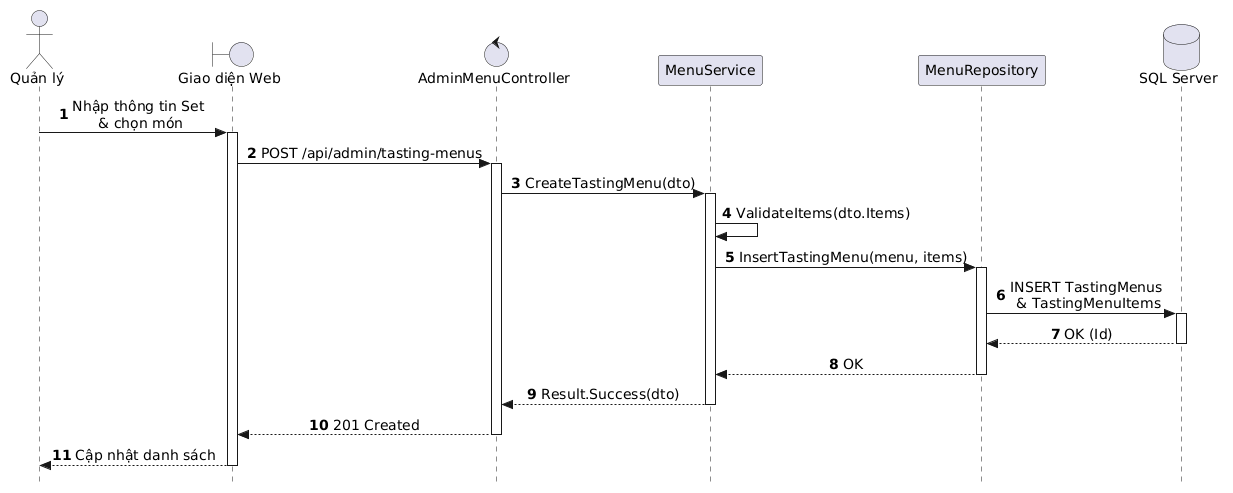
AndrewQng/VinDining keeps this PlantUML diagram as out/docs/puml/sequences/SD_UC_A1_5_Create_SetMenu/SD_UC_A1_5_Create_SetMenu.png. Above is the earlier version.
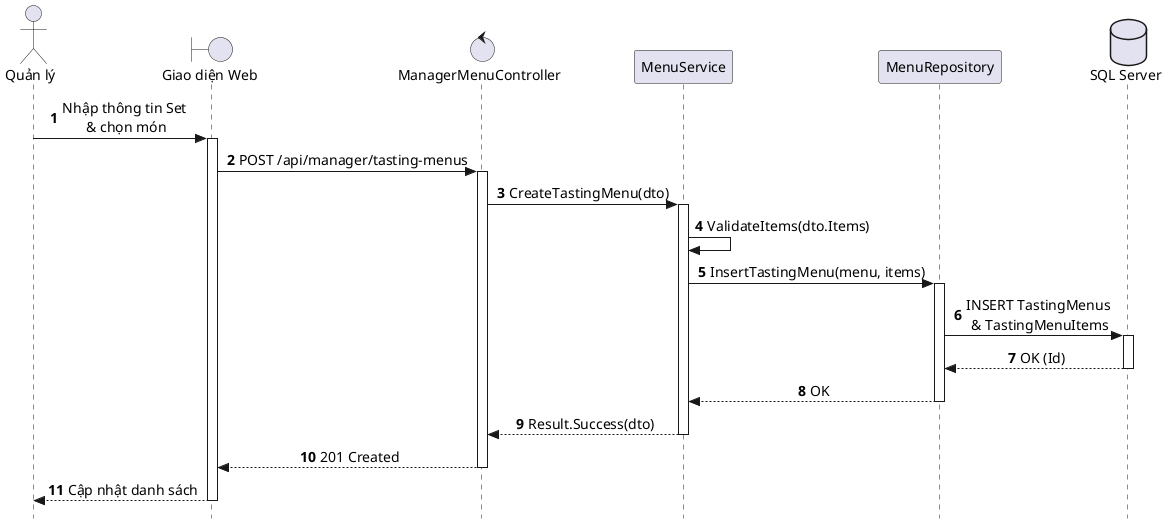
After the change.

Change to the diagram source:
```diff
@@ -1,4 +1,4 @@
-@startuml
+@startuml SD_UC_A1_5_Create_SetMenu
 autonumber
 skinparam style strictuml
 skinparam sequenceMessageAlign center
@@ -8,7 +8,7 @@
 
 actor "Quản lý" as Manager
 boundary "Giao diện Web" as UI
-control "AdminMenuController" as Controller
+control "ManagerMenuController" as Controller
 participant "MenuService" as Service
 participant "MenuRepository" as Repo
 database "SQL Server" as DB
@@ -16,7 +16,7 @@
 Manager -> UI: Nhập thông tin Set \n& chọn món
 activate UI
 
-UI -> Controller: POST /api/admin/tasting-menus
+UI -> Controller: POST /api/manager/tasting-menus
 activate Controller
 
 Controller -> Service: CreateTastingMenu(dto)
@@ -43,4 +43,5 @@
 
 UI --> Manager: Cập nhật danh sách
 deactivate UI
+
 @enduml
```
